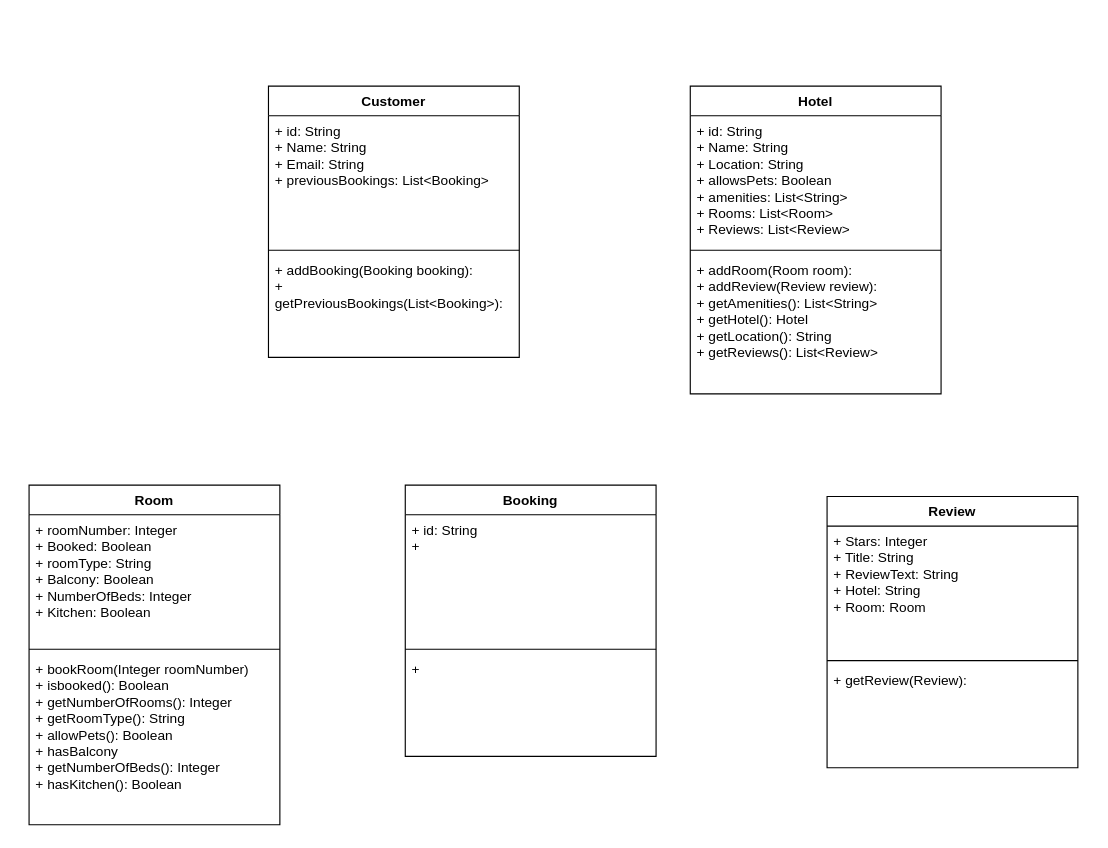
rthor997/HBV401G-Throun_hugbunathar keeps this draw.io diagram as V2/Domain module.drawio. Above is the earlier version. Source tidied: cells renumbered, new cells numbered last; positions are measured from the earlier drawing's top-left corner, leaving out a move shared by most shapes. Both pictures are drawn from the tidied source at 114%, with x=0, y=0 at pixel (28, 85).
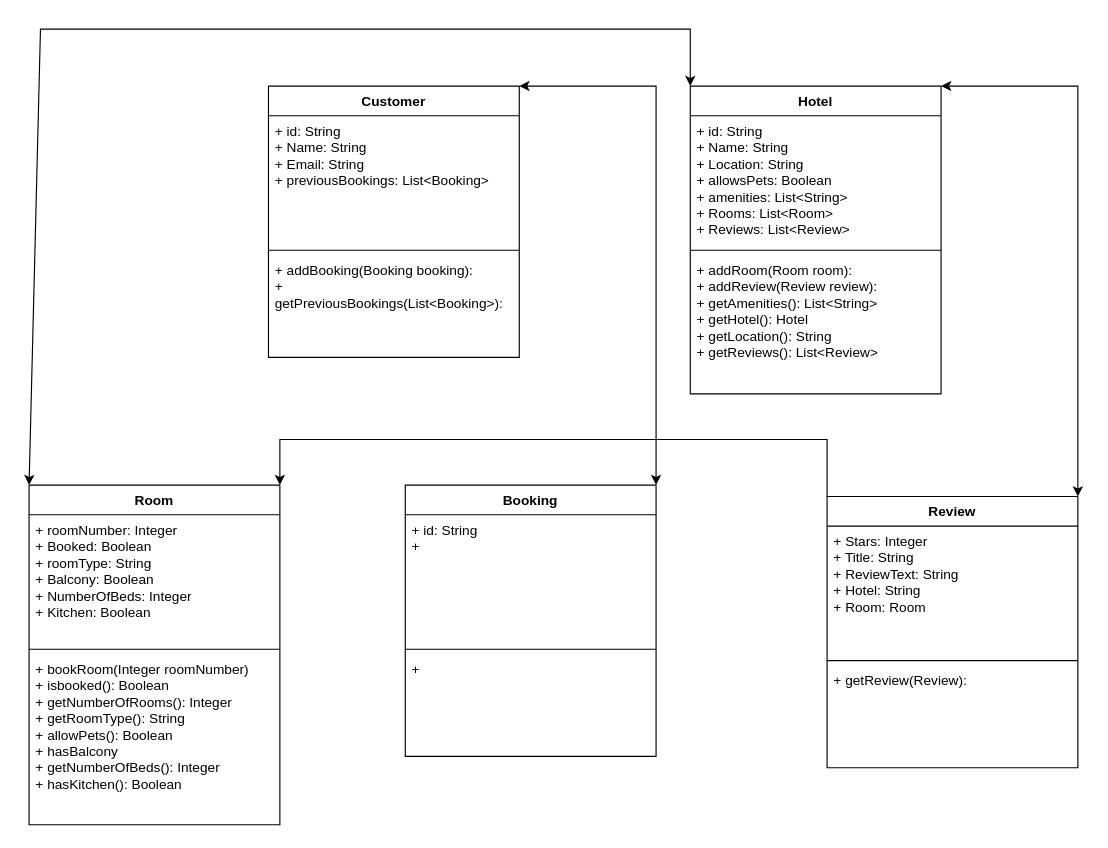
The same page after the edit.

Commit message:
bætti við einhverjum örvum

Unchanged cells that the change refers to:
```xml
<mxCell id="2" value="Customer" style="swimlane;fontStyle=1;align=center;verticalAlign=top;horizontal=1;startSize=26;whiteSpace=wrap;html=1;" parent="1" vertex="1">
  <mxGeometry x="210" width="220" height="238" as="geometry" />
</mxCell>
<mxCell id="6" value="Hotel" style="swimlane;fontStyle=1;align=center;verticalAlign=top;horizontal=1;startSize=26;whiteSpace=wrap;html=1;" parent="1" vertex="1">
  <mxGeometry x="580" width="220" height="270" as="geometry" />
</mxCell>
<mxCell id="10" value="Review" style="swimlane;fontStyle=1;align=center;verticalAlign=top;horizontal=1;startSize=26;whiteSpace=wrap;html=1;" parent="1" vertex="1">
  <mxGeometry x="700" y="360" width="220" height="238" as="geometry" />
</mxCell>
<mxCell id="14" value="Booking" style="swimlane;fontStyle=1;align=center;verticalAlign=top;horizontal=1;startSize=26;whiteSpace=wrap;html=1;" parent="1" vertex="1">
  <mxGeometry x="330" y="350" width="220" height="238" as="geometry" />
</mxCell>
<mxCell id="18" value="Room" style="swimlane;fontStyle=1;align=center;verticalAlign=top;horizontal=1;startSize=26;whiteSpace=wrap;html=1;" parent="1" vertex="1">
  <mxGeometry y="350" width="220" height="298" as="geometry" />
</mxCell>
```

Change to the diagram source:
```diff
@@
+    <mxCell id="22" style="endArrow=classic;startArrow=classic;html=1;rounded=0;exitX=1;exitY=0;exitDx=0;exitDy=0;entryX=1;entryY=0;entryDx=0;entryDy=0;" parent="1" edge="1" source="10" target="6">
+      <mxGeometry relative="1" as="geometry">
+        <Array as="points">
+          <mxPoint x="920" />
+        </Array>
+      </mxGeometry>
+    </mxCell>
+    <mxCell id="23" style="endArrow=classic;startArrow=classic;html=1;rounded=0;exitX=0;exitY=0;exitDx=0;exitDy=0;entryX=0;entryY=0;entryDx=0;entryDy=0;" parent="1" edge="1" source="18" target="6">
+      <mxGeometry relative="1" as="geometry">
+        <Array as="points">
+          <mxPoint x="10" y="-50" />
+          <mxPoint x="580" y="-50" />
+        </Array>
+      </mxGeometry>
+    </mxCell>
+    <mxCell id="24" style="endArrow=classic;startArrow=classic;html=1;rounded=0;exitX=1;exitY=0;exitDx=0;exitDy=0;entryX=1;entryY=0;entryDx=0;entryDy=0;" parent="1" edge="1" source="14" target="2">
+      <mxGeometry relative="1" as="geometry">
+        <Array as="points">
+          <mxPoint x="550" />
+        </Array>
+      </mxGeometry>
+    </mxCell>
+    <mxCell id="25" style="endArrow=classic;html=1;rounded=0;exitX=0;exitY=0;exitDx=0;exitDy=0;entryX=1;entryY=0;entryDx=0;entryDy=0;" parent="1" edge="1" source="10" target="18">
+      <mxGeometry relative="1" as="geometry">
+        <Array as="points">
+          <mxPoint x="700" y="310" />
+          <mxPoint x="220" y="310" />
+        </Array>
+      </mxGeometry>
+    </mxCell>
```
